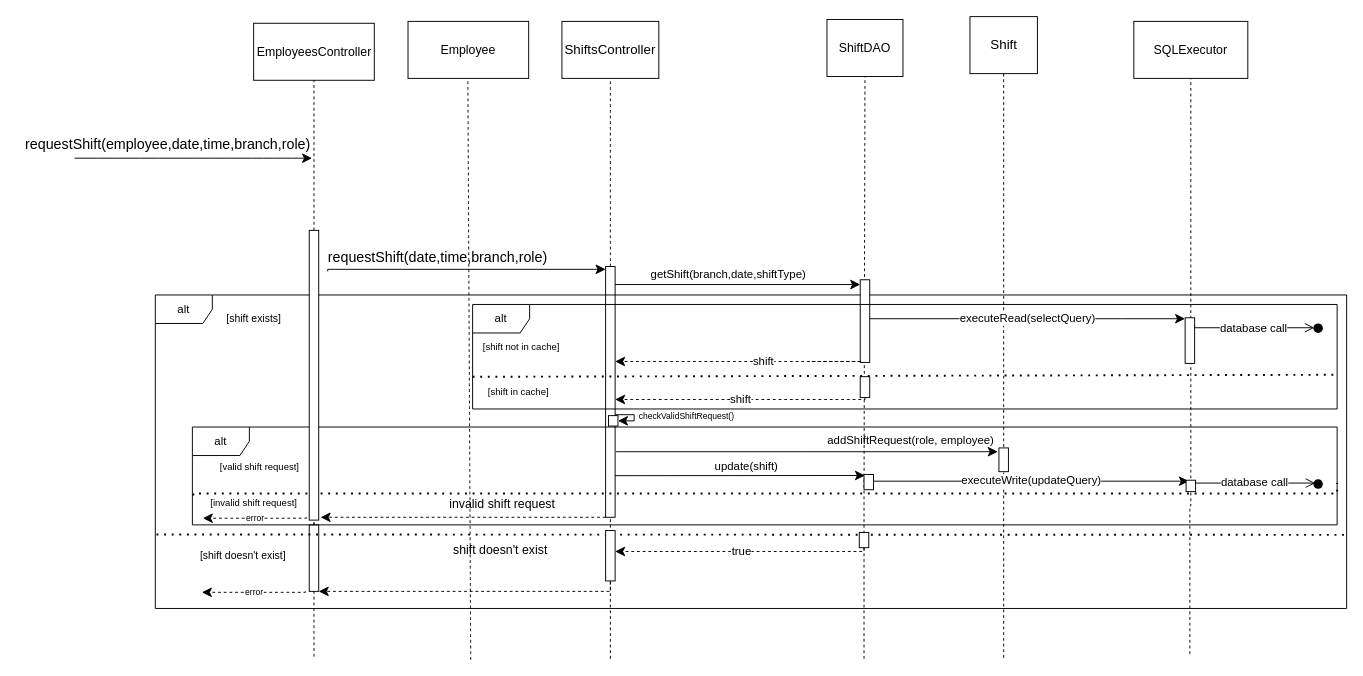
This is page "2.B - RequestShift" (4 of 6) of docs/Diagrams/1.B + 2.B - UseCaseAssignToShift.drawio from ADSS-GROUP-M/ADSS_GROUP_M, a draw.io file, before an edit. Source tidied: cells renumbered, new cells numbered last; positions are measured from the earlier drawing's top-left corner, leaving out a move shared by most shapes. Both pictures are drawn from the tidied source at 95%, with x=0, y=0 at pixel (-108, 16).
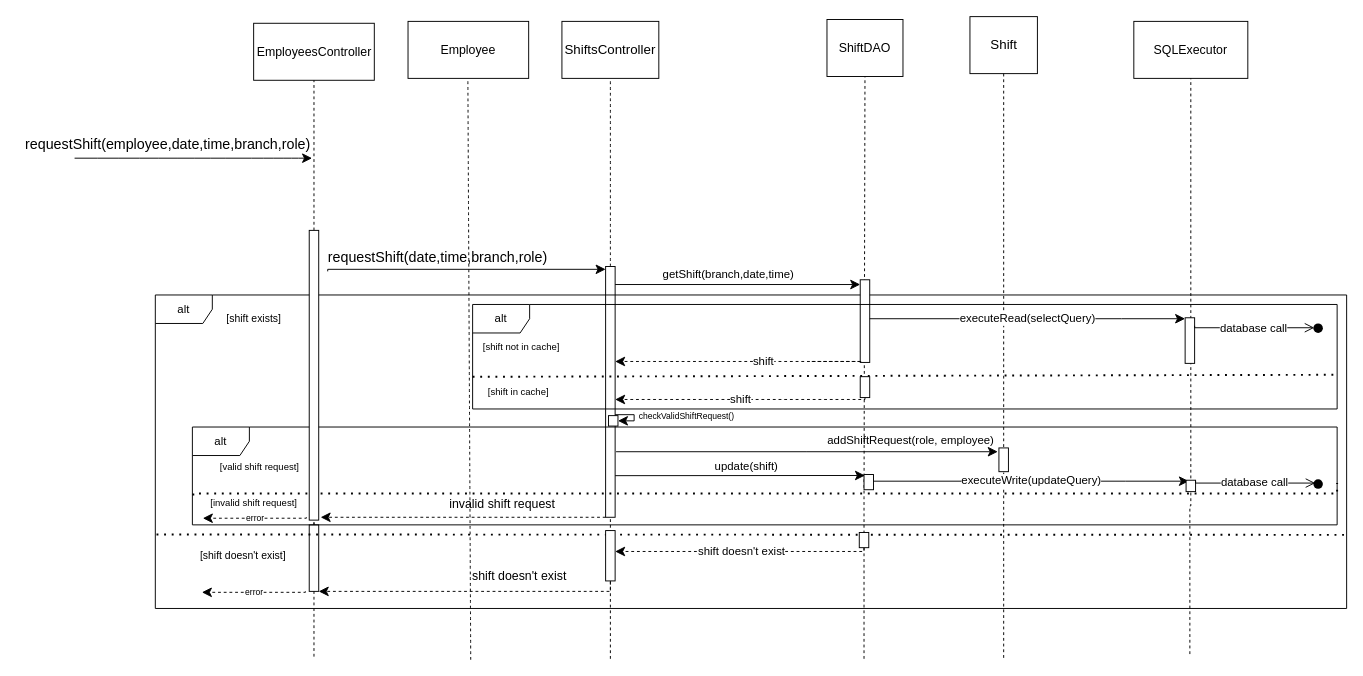
The same page after the edit.

Unchanged cells that the change refers to:
```xml
<mxCell id="13" style="html=1;points=[];perimeter=orthogonalPerimeter;outlineConnect=0;targetShapes=umlLifeline;portConstraint=eastwest;newEdgeStyle={&quot;edgeStyle&quot;:&quot;elbowEdgeStyle&quot;,&quot;elbow&quot;:&quot;vertical&quot;,&quot;curved&quot;:0,&quot;rounded&quot;:0};fontSize=16;" parent="1" vertex="1">
  <mxGeometry x="751" y="541" width="10" height="53" as="geometry" />
</mxCell>
<mxCell id="26" style="html=1;points=[];perimeter=orthogonalPerimeter;outlineConnect=0;targetShapes=umlLifeline;portConstraint=eastwest;newEdgeStyle={&quot;edgeStyle&quot;:&quot;elbowEdgeStyle&quot;,&quot;elbow&quot;:&quot;vertical&quot;,&quot;curved&quot;:0,&quot;rounded&quot;:0};fontSize=16;" parent="1" vertex="1">
  <mxGeometry x="1018" y="543" width="10" height="16" as="geometry" />
</mxCell>
```

The edit, as a diff of the source:
```diff
@@
     <mxCell id="15" value="shift doesn't exist" style="text;html=1;align=center;verticalAlign=middle;strokeColor=none;fillColor=none;fontSize=13;" parent="1" vertex="1">
-      <mxGeometry x="581" y="547" width="117" height="28" as="geometry" />
+      <mxGeometry x="601" y="575" width="117" height="28" as="geometry" />
     </mxCell>
@@
-    <mxCell id="21" value="getShift(branch,date,shiftType)" style="text;html=1;align=center;verticalAlign=middle;strokeColor=none;fillColor=none;fontSize=12;" parent="1" vertex="1">
-      <mxGeometry x="789" y="259" width="181" height="26" as="geometry" />
+    <mxCell id="21" value="getShift(branch,date,time)" style="text;html=1;align=center;verticalAlign=middle;strokeColor=none;fillColor=none;fontSize=12;" parent="1" vertex="1">
+      <mxGeometry x="802" y="259" width="156" height="26" as="geometry" />
     </mxCell>
@@
-    <mxCell id="24" value="true" style="edgeStyle=elbowEdgeStyle;curved=0;rounded=0;jettySize=auto;html=1;elbow=vertical;fontSize=12;startSize=8;endSize=8;dashed=1;" parent="1" edge="1" source="26" target="13">
+    <mxCell id="24" value="shift doesn't exist" style="edgeStyle=elbowEdgeStyle;curved=0;rounded=0;jettySize=auto;html=1;elbow=vertical;fontSize=12;startSize=8;endSize=8;dashed=1;" parent="1" edge="1" source="26" target="13">
       <mxGeometry relative="1" as="geometry">
         <Array as="points">
           <mxPoint x="921" y="563" />
           <mxPoint x="829" y="551" />
           <mxPoint x="786" y="563" />
           <mxPoint x="847" y="551" />
         </Array>
       </mxGeometry>
     </mxCell>
```
